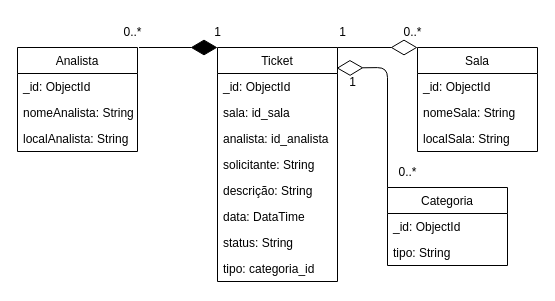
Before: docs/NoAM.drawio in RafaelVSs/DSM-G06-PI3-2024-1, a draw.io diagram. Source tidied: cells renumbered, new cells numbered last; positions are measured from the earlier drawing's top-left corner, leaving out a move shared by most shapes. Both pictures are drawn from the tidied source at 100%, with x=0, y=0 at pixel (17, 17).
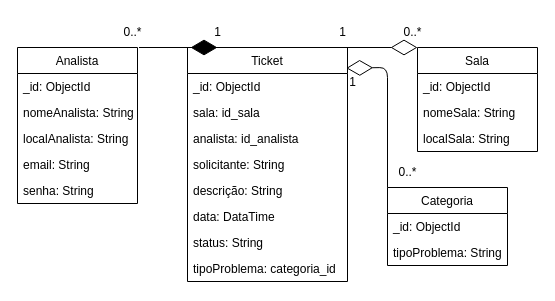
The same page after the edit.

The change refers to these unchanged cells:
```xml
<mxCell id="26" value="Categoria" style="swimlane;fontStyle=0;horizontal=1;startSize=26;fillColor=none;" parent="1" vertex="1">
  <mxGeometry x="370" y="170" width="120" height="78" as="geometry" />
</mxCell>
```

Change to the diagram source:
```diff
@@
     <mxCell id="2" value="Analista" style="swimlane;fontStyle=0;horizontal=1;startSize=26;fillColor=none;" parent="1" vertex="1">
-      <mxGeometry y="30" width="120" height="104" as="geometry" />
+      <mxGeometry y="30" width="120" height="156" as="geometry" />
     </mxCell>
@@
+    <mxCell id="32" value="localAnalista: String" style="text;strokeColor=none;fillColor=none;align=left;verticalAlign=top;spacingLeft=4;spacingRight=4;overflow=hidden;" parent="2" vertex="1">
+      <mxGeometry y="78" width="120" height="26" as="geometry" />
+    </mxCell>
+    <mxCell id="33" value="email: String" style="text;strokeColor=none;fillColor=none;align=left;verticalAlign=top;spacingLeft=4;spacingRight=4;overflow=hidden;" parent="2" vertex="1">
+      <mxGeometry y="104" width="120" height="26" as="geometry" />
+    </mxCell>
-    <mxCell id="5" value="localAnalista: String" style="text;strokeColor=none;fillColor=none;align=left;verticalAlign=top;spacingLeft=4;spacingRight=4;overflow=hidden;" parent="2" vertex="1">
-      <mxGeometry y="78" width="120" height="26" as="geometry" />
+    <mxCell id="5" value="senha: String" style="text;strokeColor=none;fillColor=none;align=left;verticalAlign=top;spacingLeft=4;spacingRight=4;overflow=hidden;" parent="2" vertex="1">
+      <mxGeometry y="130" width="120" height="26" as="geometry" />
     </mxCell>
@@
     <mxCell id="10" value="Ticket" style="swimlane;fontStyle=0;horizontal=1;startSize=26;fillColor=none;" parent="1" vertex="1">
-      <mxGeometry x="200" y="30" width="120" height="234" as="geometry" />
+      <mxGeometry x="170" y="30" width="160" height="234" as="geometry" />
     </mxCell>
     <mxCell id="11" value="_id: ObjectId" style="text;strokeColor=none;fillColor=none;align=left;verticalAlign=top;spacingLeft=4;spacingRight=4;overflow=hidden;" parent="10" vertex="1">
-      <mxGeometry y="26" width="120" height="26" as="geometry" />
+      <mxGeometry y="26" width="160" height="26" as="geometry" />
     </mxCell>
     <mxCell id="12" value="sala: id_sala" style="text;strokeColor=none;fillColor=none;align=left;verticalAlign=top;spacingLeft=4;spacingRight=4;overflow=hidden;" parent="10" vertex="1">
-      <mxGeometry y="52" width="120" height="26" as="geometry" />
+      <mxGeometry y="52" width="160" height="26" as="geometry" />
     </mxCell>
     <mxCell id="13" value="analista: id_analista" style="text;strokeColor=none;fillColor=none;align=left;verticalAlign=top;spacingLeft=4;spacingRight=4;overflow=hidden;" parent="10" vertex="1">
-      <mxGeometry y="78" width="120" height="26" as="geometry" />
+      <mxGeometry y="78" width="160" height="26" as="geometry" />
     </mxCell>
     <mxCell id="14" value="solicitante: String" style="text;strokeColor=none;fillColor=none;align=left;verticalAlign=top;spacingLeft=4;spacingRight=4;overflow=hidden;" parent="10" vertex="1">
-      <mxGeometry y="104" width="120" height="26" as="geometry" />
+      <mxGeometry y="104" width="160" height="26" as="geometry" />
     </mxCell>
     <mxCell id="15" value="descrição: String" style="text;strokeColor=none;fillColor=none;align=left;verticalAlign=top;spacingLeft=4;spacingRight=4;overflow=hidden;" parent="10" vertex="1">
-      <mxGeometry y="130" width="120" height="26" as="geometry" />
+      <mxGeometry y="130" width="160" height="26" as="geometry" />
     </mxCell>
     <mxCell id="16" value="data: DataTime" style="text;strokeColor=none;fillColor=none;align=left;verticalAlign=top;spacingLeft=4;spacingRight=4;overflow=hidden;" parent="10" vertex="1">
-      <mxGeometry y="156" width="120" height="26" as="geometry" />
+      <mxGeometry y="156" width="160" height="26" as="geometry" />
     </mxCell>
     <mxCell id="17" value="status: String" style="text;strokeColor=none;fillColor=none;align=left;verticalAlign=top;spacingLeft=4;spacingRight=4;overflow=hidden;" parent="10" vertex="1">
-      <mxGeometry y="182" width="120" height="26" as="geometry" />
+      <mxGeometry y="182" width="160" height="26" as="geometry" />
     </mxCell>
-    <mxCell id="18" value="tipo: categoria_id" style="text;strokeColor=none;fillColor=none;align=left;verticalAlign=top;spacingLeft=4;spacingRight=4;overflow=hidden;" parent="10" vertex="1">
-      <mxGeometry y="208" width="120" height="26" as="geometry" />
+    <mxCell id="18" value="tipoProblema: categoria_id" style="text;strokeColor=none;fillColor=none;align=left;verticalAlign=top;spacingLeft=4;spacingRight=4;overflow=hidden;" parent="10" vertex="1">
+      <mxGeometry y="208" width="160" height="26" as="geometry" />
     </mxCell>
@@
-    <mxCell id="28" value="tipo: String" style="text;strokeColor=none;fillColor=none;align=left;verticalAlign=top;spacingLeft=4;spacingRight=4;overflow=hidden;" parent="26" vertex="1">
+    <mxCell id="28" value="tipoProblema: String" style="text;strokeColor=none;fillColor=none;align=left;verticalAlign=top;spacingLeft=4;spacingRight=4;overflow=hidden;" parent="26" vertex="1">
       <mxGeometry y="52" width="120" height="26" as="geometry" />
     </mxCell>
```
